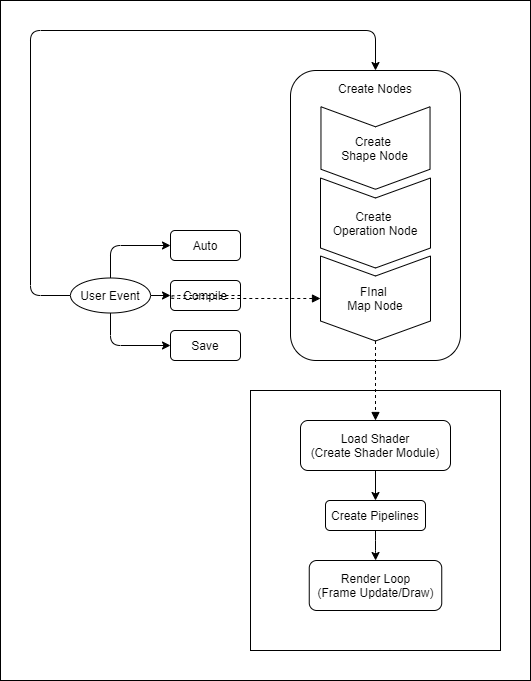
Above: docs/design/sdf-graph-architecture.png in hiradyazdan/sdf-ray4d-engine (draw.io), before the change. Source tidied: cells renumbered, new cells last; positions are measured from the earlier drawing's top-left corner, leaving out a move shared by most shapes.
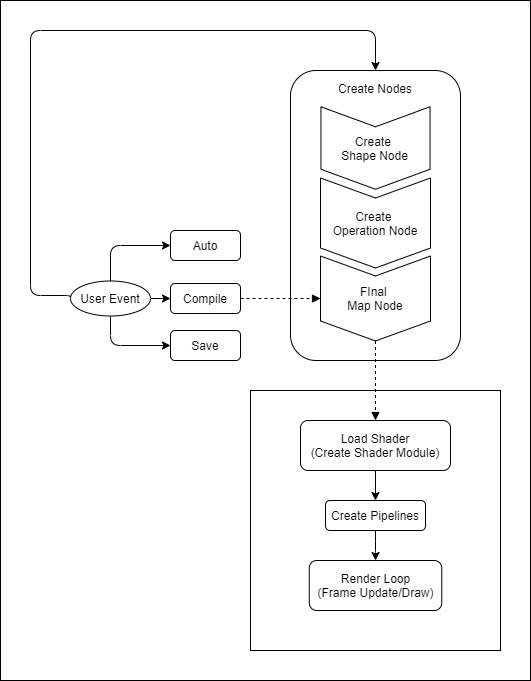
After the commit.

What changed in the source:
```diff
@@ -9,16 +9,11 @@
       <mxGeometry x="170" y="230" width="70" height="30" as="geometry" />
     </mxCell>
     <mxCell id="4" value="Compile" style="rounded=1;whiteSpace=wrap;html=1;" parent="1" vertex="1">
-      <mxGeometry x="170" y="280" width="70" height="30" as="geometry" />
+      <mxGeometry x="170" y="283" width="70" height="30" as="geometry" />
     </mxCell>
     <mxCell id="5" value="Save" style="rounded=1;whiteSpace=wrap;html=1;" parent="1" vertex="1">
       <mxGeometry x="170" y="330" width="70" height="30" as="geometry" />
     </mxCell>
-    <mxCell id="6" style="edgeStyle=orthogonalEdgeStyle;rounded=1;jettySize=auto;html=1;exitX=1;exitY=0.5;exitDx=0;exitDy=0;entryX=0;entryY=0.5;entryDx=0;entryDy=0;" parent="1" edge="1" target="4">
-      <mxGeometry relative="1" as="geometry">
-        <mxPoint x="150" y="295" as="sourcePoint" />
-      </mxGeometry>
-    </mxCell>
     <mxCell id="7" style="edgeStyle=orthogonalEdgeStyle;rounded=1;jettySize=auto;html=1;exitX=0.5;exitY=0;exitDx=0;exitDy=0;entryX=0;entryY=0.5;entryDx=0;entryDy=0;" parent="1" edge="1" source="10" target="3">
       <mxGeometry relative="1" as="geometry" />
     </mxCell>
@@ -34,8 +29,11 @@
         </Array>
       </mxGeometry>
     </mxCell>
+    <mxCell id="25" style="edgeStyle=orthogonalEdgeStyle;rounded=0;jettySize=auto;html=1;exitX=1;exitY=0.5;exitDx=0;exitDy=0;entryX=0;entryY=0.5;entryDx=0;entryDy=0;" parent="1" edge="1" source="10" target="4">
+      <mxGeometry relative="1" as="geometry" />
+    </mxCell>
     <mxCell id="10" value="User Event" style="ellipse;whiteSpace=wrap;html=1;" parent="1" vertex="1">
-      <mxGeometry x="70" y="277.5" width="80" height="35" as="geometry" />
+      <mxGeometry x="70" y="280.5" width="80" height="35" as="geometry" />
     </mxCell>
     <mxCell id="11" style="rounded=1;whiteSpace=wrap;html=1;" parent="1" vertex="1">
       <mxGeometry x="290" y="70" width="170" height="290" as="geometry" />
@@ -76,7 +74,7 @@
     <mxCell id="23" style="edgeStyle=orthogonalEdgeStyle;rounded=1;jettySize=auto;html=1;exitX=1;exitY=0.5;exitDx=0;exitDy=0;startSize=0;endSize=6;sourcePerimeterSpacing=0;targetPerimeterSpacing=0;dashed=1;endArrow=block;endFill=1;entryX=0.5;entryY=1;entryDx=0;entryDy=0;" parent="1" edge="1" source="4" target="21">
       <mxGeometry relative="1" as="geometry">
         <Array as="points">
-          <mxPoint x="170" y="298" />
+          <mxPoint x="240" y="298" />
         </Array>
       </mxGeometry>
     </mxCell>
```
